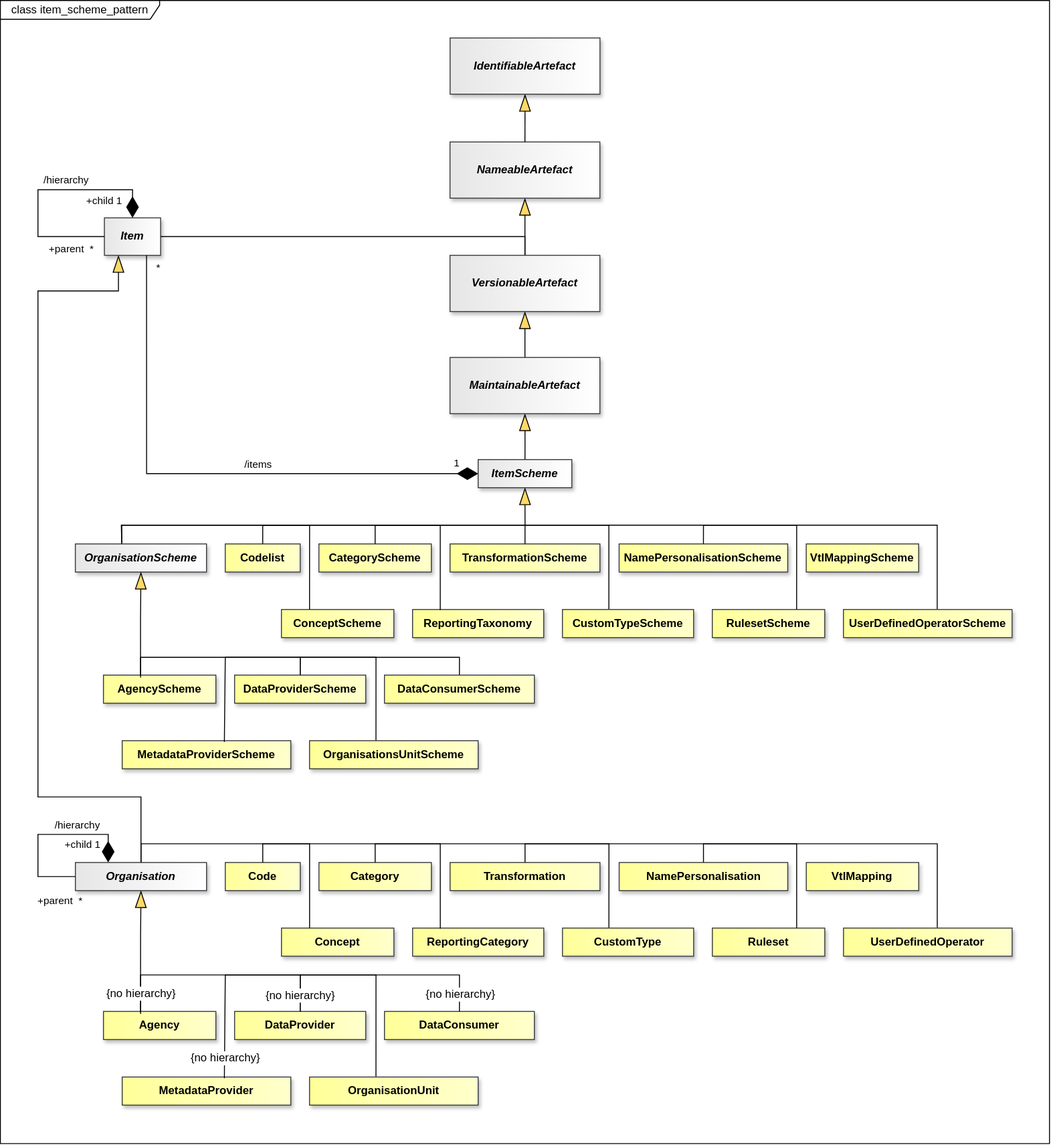
sdmx-twg/sdmx-im keeps this draw.io diagram as docs/information_model/media/sdmx_base-item_scheme_pattern.svg. Above is the earlier version. Source tidied: cells renumbered, new cells last; positions are measured from the earlier drawing's top-left corner, leaving out a move shared by most shapes.
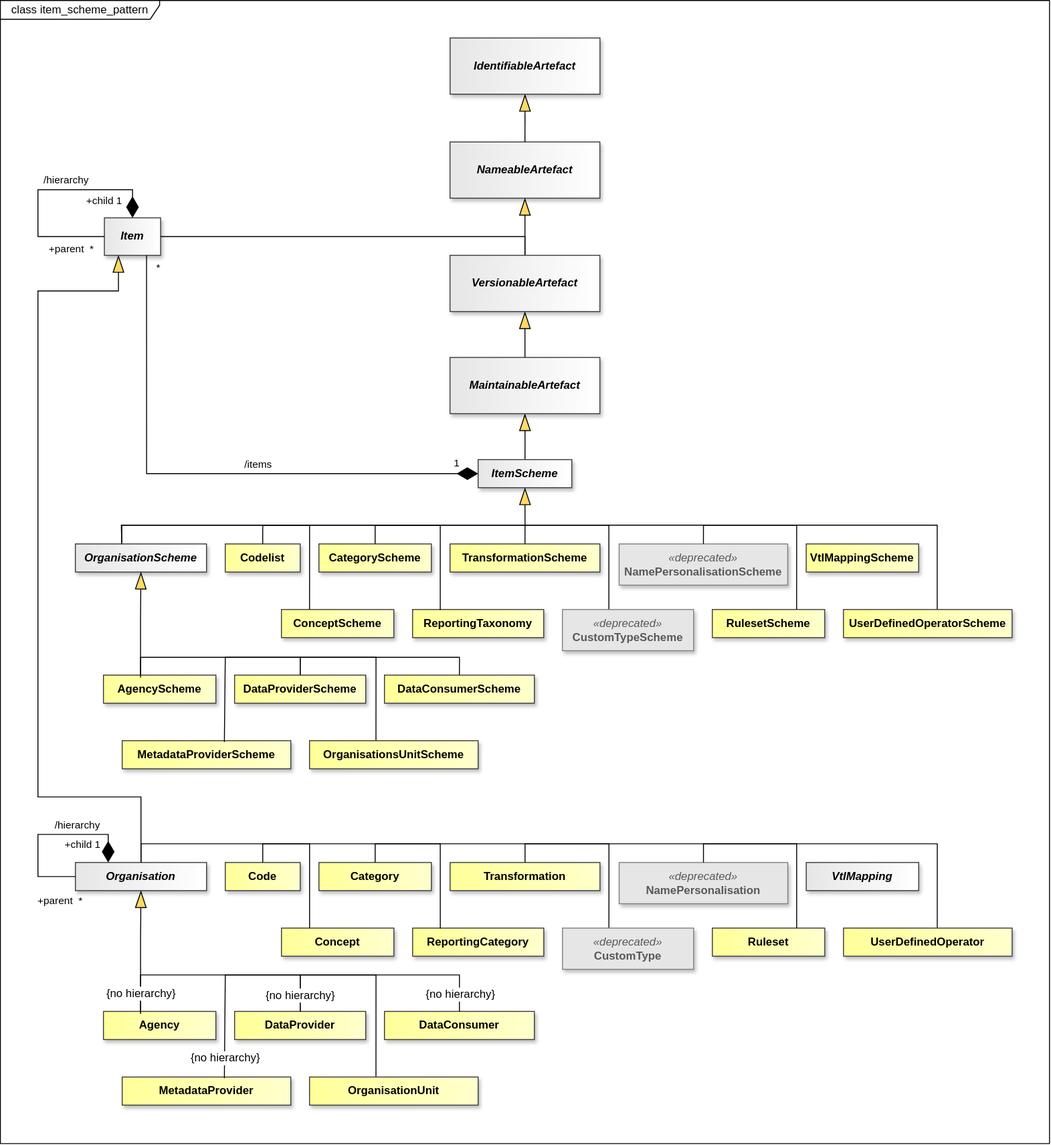
The same file after the commit.

Diff of the diagram source:
```diff
@@ -127,8 +127,8 @@
     <mxCell id="36" value="&lt;span&gt;&lt;span&gt;TransformationScheme&lt;/span&gt;&lt;/span&gt;" style="whiteSpace=wrap;html=1;verticalAlign=middle;gradientDirection=east;imageVerticalAlign=top;fontStyle=1;fillColor=light-dark(#FFFF99,#FFFF99);strokeColor=#36393d;fontColor=light-dark(#000000,#000000);gradientColor=light-dark(#FFFFCC,#FFFFCC);shadow=1;" parent="1" vertex="1">
       <mxGeometry x="479.9" y="580" width="160" height="30" as="geometry" />
     </mxCell>
-    <mxCell id="37" value="&lt;span&gt;&lt;span&gt;NamePersonalisationScheme&lt;/span&gt;&lt;/span&gt;" style="whiteSpace=wrap;html=1;verticalAlign=middle;gradientDirection=east;imageVerticalAlign=top;fontStyle=1;fillColor=light-dark(#FFFF99,#FFFF99);strokeColor=#36393d;fontColor=light-dark(#000000,#000000);gradientColor=light-dark(#FFFFCC,#FFFFCC);shadow=1;" parent="1" vertex="1">
-      <mxGeometry x="660.5" y="580" width="180" height="30" as="geometry" />
+    <mxCell id="37" value="&lt;span style=&quot;font-weight: normal; font-style: italic;&quot;&gt;«deprecated»&lt;/span&gt;&lt;br&gt;NamePersonalisationScheme" style="whiteSpace=wrap;html=1;verticalAlign=middle;imageVerticalAlign=top;fontStyle=1;fillColor=light-dark(#E6E6E6,#E6E6E6);gradientColor=none;strokeColor=#7F7F7F;fontColor=#595959;shadow=1;" parent="1" vertex="1">
+      <mxGeometry x="660.5" y="580" width="180" height="44" as="geometry" />
     </mxCell>
     <mxCell id="38" value="&lt;span&gt;&lt;span&gt;VtlMappingScheme&lt;/span&gt;&lt;/span&gt;" style="whiteSpace=wrap;html=1;verticalAlign=middle;gradientDirection=east;imageVerticalAlign=top;fontStyle=1;fillColor=light-dark(#FFFF99,#FFFF99);strokeColor=#36393d;fontColor=light-dark(#000000,#000000);gradientColor=light-dark(#FFFFCC,#FFFFCC);shadow=1;" parent="1" vertex="1">
       <mxGeometry x="860.2" y="580" width="120" height="30" as="geometry" />
@@ -147,8 +147,8 @@
     <mxCell id="41" value="&lt;span&gt;&lt;span&gt;ReportingTaxonomy&lt;/span&gt;&lt;/span&gt;" style="whiteSpace=wrap;html=1;verticalAlign=middle;gradientDirection=east;imageVerticalAlign=top;fontStyle=1;fillColor=light-dark(#FFFF99,#FFFF99);strokeColor=#36393d;fontColor=light-dark(#000000,#000000);gradientColor=light-dark(#FFFFCC,#FFFFCC);shadow=1;" parent="1" vertex="1">
       <mxGeometry x="439.9" y="650" width="140" height="30" as="geometry" />
     </mxCell>
-    <mxCell id="42" value="&lt;span&gt;&lt;span&gt;CustomTypeScheme&lt;/span&gt;&lt;/span&gt;" style="whiteSpace=wrap;html=1;verticalAlign=middle;gradientDirection=east;imageVerticalAlign=top;fontStyle=1;fillColor=light-dark(#FFFF99,#FFFF99);strokeColor=#36393d;fontColor=light-dark(#000000,#000000);gradientColor=light-dark(#FFFFCC,#FFFFCC);shadow=1;" parent="1" vertex="1">
-      <mxGeometry x="600" y="650" width="140" height="30" as="geometry" />
+    <mxCell id="42" value="&lt;span style=&quot;font-weight: normal; font-style: italic;&quot;&gt;«deprecated»&lt;/span&gt;&lt;br&gt;CustomTypeScheme" style="whiteSpace=wrap;html=1;verticalAlign=middle;imageVerticalAlign=top;fontStyle=1;fillColor=light-dark(#E6E6E6,#E6E6E6);gradientColor=none;strokeColor=#7F7F7F;fontColor=#595959;shadow=1;" parent="1" vertex="1">
+      <mxGeometry x="600" y="650" width="140" height="44" as="geometry" />
     </mxCell>
     <mxCell id="43" value="&lt;span&gt;&lt;span&gt;RulesetScheme&lt;/span&gt;&lt;/span&gt;" style="whiteSpace=wrap;html=1;verticalAlign=middle;gradientDirection=east;imageVerticalAlign=top;fontStyle=1;fillColor=light-dark(#FFFF99,#FFFF99);strokeColor=#36393d;fontColor=light-dark(#000000,#000000);gradientColor=light-dark(#FFFFCC,#FFFFCC);shadow=1;" parent="1" vertex="1">
       <mxGeometry x="760" y="650" width="120" height="30" as="geometry" />
@@ -257,10 +257,10 @@
     <mxCell id="62" value="&lt;span&gt;&lt;span&gt;Transformation&lt;/span&gt;&lt;/span&gt;" style="whiteSpace=wrap;html=1;verticalAlign=middle;gradientDirection=east;imageVerticalAlign=top;fontStyle=1;fillColor=light-dark(#FFFF99,#FFFF99);strokeColor=#36393d;fontColor=light-dark(#000000,#000000);gradientColor=light-dark(#FFFFCC,#FFFFCC);shadow=1;" parent="1" vertex="1">
       <mxGeometry x="480" y="920" width="160" height="30" as="geometry" />
     </mxCell>
-    <mxCell id="63" value="&lt;span&gt;&lt;span&gt;NamePersonalisation&lt;/span&gt;&lt;/span&gt;" style="whiteSpace=wrap;html=1;verticalAlign=middle;gradientDirection=east;imageVerticalAlign=top;fontStyle=1;fillColor=light-dark(#FFFF99,#FFFF99);strokeColor=#36393d;fontColor=light-dark(#000000,#000000);gradientColor=light-dark(#FFFFCC,#FFFFCC);shadow=1;" parent="1" vertex="1">
-      <mxGeometry x="660.5" y="920" width="180" height="30" as="geometry" />
+    <mxCell id="63" value="&lt;span style=&quot;font-weight: normal; font-style: italic;&quot;&gt;«deprecated»&lt;/span&gt;&lt;br&gt;NamePersonalisation" style="whiteSpace=wrap;html=1;verticalAlign=middle;imageVerticalAlign=top;fontStyle=1;fillColor=light-dark(#E6E6E6,#E6E6E6);gradientColor=none;strokeColor=#7F7F7F;fontColor=#595959;shadow=1;" parent="1" vertex="1">
+      <mxGeometry x="660.5" y="920" width="180" height="44" as="geometry" />
     </mxCell>
-    <mxCell id="64" value="&lt;span&gt;&lt;span&gt;VtlMapping&lt;/span&gt;&lt;/span&gt;" style="whiteSpace=wrap;html=1;verticalAlign=middle;gradientDirection=east;imageVerticalAlign=top;fontStyle=1;fillColor=light-dark(#FFFF99,#FFFF99);strokeColor=#36393d;fontColor=light-dark(#000000,#000000);gradientColor=light-dark(#FFFFCC,#FFFFCC);shadow=1;" parent="1" vertex="1">
+    <mxCell id="64" value="VtlMapping" style="whiteSpace=wrap;html=1;verticalAlign=middle;gradientDirection=east;imageVerticalAlign=top;fontStyle=3;fillColor=light-dark(#E6E6E6,#E6E6E6);strokeColor=#36393d;fontColor=light-dark(#000000,#000000);gradientColor=light-dark(#FFFFFF,#FFFFFF);shadow=1;" parent="1" vertex="1">
       <mxGeometry x="860.2" y="920" width="120" height="30" as="geometry" />
     </mxCell>
     <mxCell id="65" style="endArrow=blockThin;endSize=16;endFill=1;html=1;rounded=0;startFill=0;endFillColor=light-dark(#FFD966,#FFD966);strokeColor=light-dark(#000000,#FFFFFF);startFillColor=light-dark(#000000,#FFFFFF);labelBackgroundColor=none;labelBorderColor=light-dark(#000000,#FFFFFF);exitX=0.5;exitY=0;exitDx=0;exitDy=0;entryX=0.25;entryY=1;entryDx=0;entryDy=0;" parent="1" edge="1" source="59" target="27">
@@ -279,8 +279,8 @@
     <mxCell id="67" value="&lt;span&gt;&lt;span&gt;ReportingCategory&lt;/span&gt;&lt;/span&gt;" style="whiteSpace=wrap;html=1;verticalAlign=middle;gradientDirection=east;imageVerticalAlign=top;fontStyle=1;fillColor=light-dark(#FFFF99,#FFFF99);strokeColor=#36393d;fontColor=light-dark(#000000,#000000);gradientColor=light-dark(#FFFFCC,#FFFFCC);shadow=1;" parent="1" vertex="1">
       <mxGeometry x="440" y="990" width="140" height="30" as="geometry" />
     </mxCell>
-    <mxCell id="68" value="&lt;span&gt;&lt;span&gt;CustomType&lt;/span&gt;&lt;/span&gt;" style="whiteSpace=wrap;html=1;verticalAlign=middle;gradientDirection=east;imageVerticalAlign=top;fontStyle=1;fillColor=light-dark(#FFFF99,#FFFF99);strokeColor=#36393d;fontColor=light-dark(#000000,#000000);gradientColor=light-dark(#FFFFCC,#FFFFCC);shadow=1;" parent="1" vertex="1">
-      <mxGeometry x="600" y="990" width="140" height="30" as="geometry" />
+    <mxCell id="68" value="&lt;span style=&quot;font-weight: normal; font-style: italic;&quot;&gt;«deprecated»&lt;/span&gt;&lt;br&gt;CustomType" style="whiteSpace=wrap;html=1;verticalAlign=middle;imageVerticalAlign=top;fontStyle=1;fillColor=light-dark(#E6E6E6,#E6E6E6);gradientColor=none;strokeColor=#7F7F7F;fontColor=#595959;shadow=1;" parent="1" vertex="1">
+      <mxGeometry x="600" y="990" width="140" height="44" as="geometry" />
     </mxCell>
     <mxCell id="69" value="&lt;span&gt;&lt;span&gt;Ruleset&lt;/span&gt;&lt;/span&gt;" style="whiteSpace=wrap;html=1;verticalAlign=middle;gradientDirection=east;imageVerticalAlign=top;fontStyle=1;fillColor=light-dark(#FFFF99,#FFFF99);strokeColor=#36393d;fontColor=light-dark(#000000,#000000);gradientColor=light-dark(#FFFFCC,#FFFFCC);shadow=1;" parent="1" vertex="1">
       <mxGeometry x="760" y="990" width="120" height="30" as="geometry" />
```
